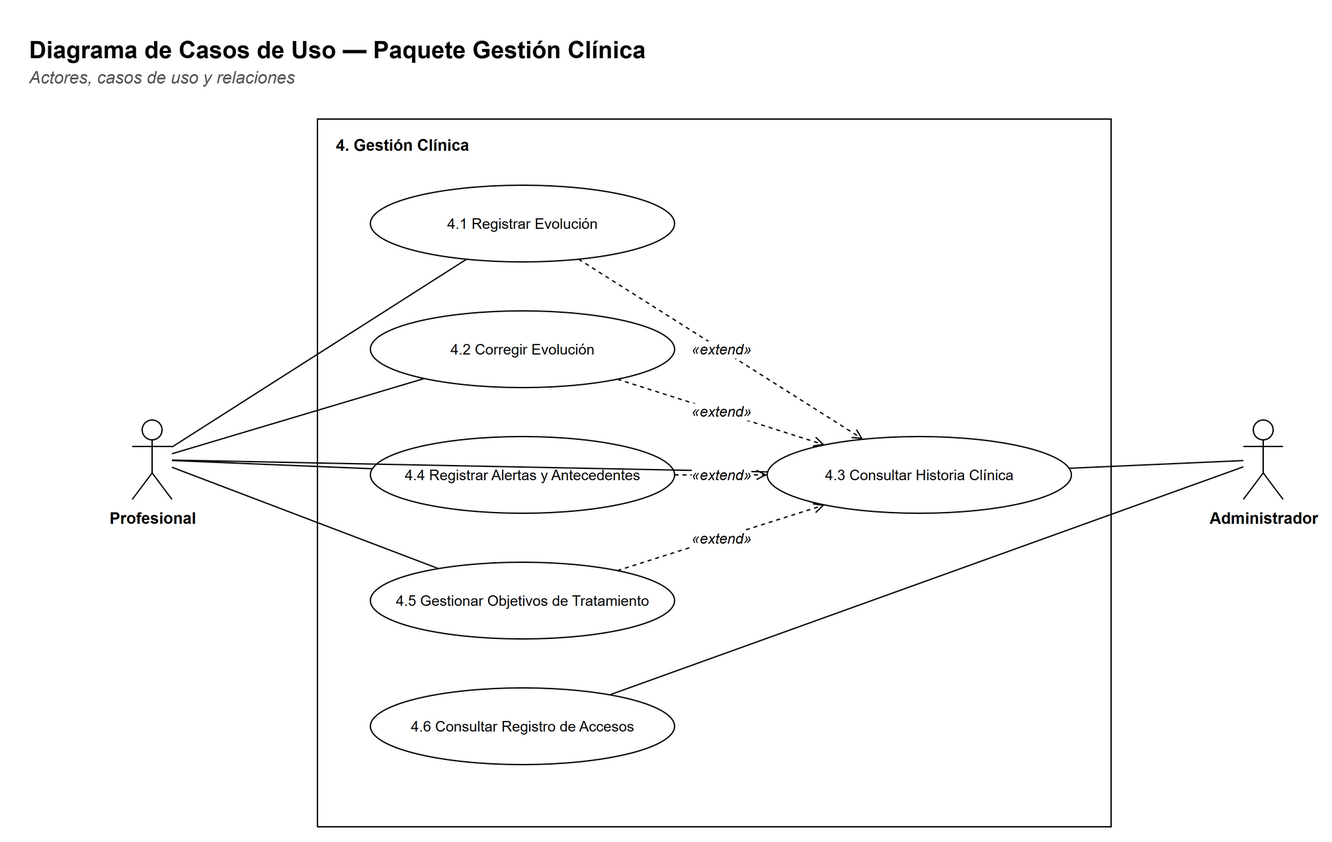
The draw.io diagram docs/diagramas/paquete-clinica-casos.png in Matiglorioso/kineturnos, before a commit. Source tidied: cells renumbered, new cells last; positions are measured from the earlier drawing's top-left corner, leaving out a move shared by most shapes. Its diagram source:
```xml
<mxGraphModel background="#FFFFFF">
  <root>
    <mxCell id="0" />
    <mxCell id="1" parent="0" />
    <mxCell id="2" value="&lt;b&gt;Diagrama de Casos de Uso — Paquete Gestión Clínica&lt;/b&gt;" style="text;html=1;strokeColor=none;fillColor=none;align=left;verticalAlign=top;whiteSpace=wrap;fontFamily=Helvetica;fontSize=18;" parent="1" vertex="1">
      <mxGeometry width="900" height="26" as="geometry" />
    </mxCell>
    <mxCell id="3" value="&lt;i&gt;Actores, casos de uso y relaciones&lt;/i&gt;" style="text;html=1;strokeColor=none;fillColor=none;align=left;verticalAlign=top;whiteSpace=wrap;fontFamily=Helvetica;fontSize=13;fontColor=#555555;" parent="1" vertex="1">
      <mxGeometry y="24" width="900" height="20" as="geometry" />
    </mxCell>
    <mxCell id="4" style="rounded=0;whiteSpace=wrap;html=1;fillColor=#FFFFFF;strokeColor=#000000;fontFamily=Helvetica;fontSize=12;verticalAlign=top;" parent="1" vertex="1">
      <mxGeometry x="220" y="70" width="600" height="535" as="geometry" />
    </mxCell>
    <mxCell id="5" value="&lt;b&gt;4. Gestión Clínica&lt;/b&gt;" style="text;html=1;strokeColor=none;fillColor=none;align=left;verticalAlign=top;whiteSpace=wrap;fontFamily=Helvetica;fontSize=12;" parent="1" vertex="1">
      <mxGeometry x="232" y="76" width="580" height="20" as="geometry" />
    </mxCell>
    <mxCell id="6" value="4.1 Registrar Evolución" style="ellipse;whiteSpace=wrap;html=1;fillColor=#FFFFFF;strokeColor=#000000;fontFamily=Helvetica;fontSize=11;" parent="1" vertex="1">
      <mxGeometry x="260" y="120" width="230" height="58" as="geometry" />
    </mxCell>
    <mxCell id="7" value="4.2 Corregir Evolución" style="ellipse;whiteSpace=wrap;html=1;fillColor=#FFFFFF;strokeColor=#000000;fontFamily=Helvetica;fontSize=11;" parent="1" vertex="1">
      <mxGeometry x="260" y="215" width="230" height="58" as="geometry" />
    </mxCell>
    <mxCell id="8" value="4.4 Registrar Alertas y Antecedentes" style="ellipse;whiteSpace=wrap;html=1;fillColor=#FFFFFF;strokeColor=#000000;fontFamily=Helvetica;fontSize=11;" parent="1" vertex="1">
      <mxGeometry x="260" y="310" width="230" height="58" as="geometry" />
    </mxCell>
    <mxCell id="9" value="4.5 Gestionar Objetivos de Tratamiento" style="ellipse;whiteSpace=wrap;html=1;fillColor=#FFFFFF;strokeColor=#000000;fontFamily=Helvetica;fontSize=11;" parent="1" vertex="1">
      <mxGeometry x="260" y="405" width="230" height="58" as="geometry" />
    </mxCell>
    <mxCell id="10" value="4.6 Consultar Registro de Accesos" style="ellipse;whiteSpace=wrap;html=1;fillColor=#FFFFFF;strokeColor=#000000;fontFamily=Helvetica;fontSize=11;" parent="1" vertex="1">
      <mxGeometry x="260" y="500" width="230" height="58" as="geometry" />
    </mxCell>
    <mxCell id="11" value="4.3 Consultar Historia Clínica" style="ellipse;whiteSpace=wrap;html=1;fillColor=#FFFFFF;strokeColor=#000000;fontFamily=Helvetica;fontSize=11;" parent="1" vertex="1">
      <mxGeometry x="560" y="310" width="230" height="58" as="geometry" />
    </mxCell>
    <mxCell id="12" value="Profesional" style="shape=umlActor;verticalLabelPosition=bottom;verticalAlign=top;html=1;outlineConnect=0;fillColor=#FFFFFF;strokeColor=#000000;fontFamily=Helvetica;fontSize=12;fontStyle=1;" parent="1" vertex="1">
      <mxGeometry x="80" y="297.5" width="30" height="60" as="geometry" />
    </mxCell>
    <mxCell id="13" value="Administrador" style="shape=umlActor;verticalLabelPosition=bottom;verticalAlign=top;html=1;outlineConnect=0;fillColor=#FFFFFF;strokeColor=#000000;fontFamily=Helvetica;fontSize=12;fontStyle=1;" parent="1" vertex="1">
      <mxGeometry x="920" y="297.5" width="30" height="60" as="geometry" />
    </mxCell>
    <mxCell id="14" style="edgeStyle=none;html=1;endArrow=none;endFill=0;strokeColor=#000000;fontFamily=Helvetica;fontSize=11;labelBackgroundColor=#FFFFFF;" parent="1" edge="1" source="12" target="6">
      <mxGeometry relative="1" as="geometry" />
    </mxCell>
    <mxCell id="15" style="edgeStyle=none;html=1;endArrow=none;endFill=0;strokeColor=#000000;fontFamily=Helvetica;fontSize=11;labelBackgroundColor=#FFFFFF;" parent="1" edge="1" source="12" target="7">
      <mxGeometry relative="1" as="geometry" />
    </mxCell>
    <mxCell id="16" style="edgeStyle=none;html=1;endArrow=none;endFill=0;strokeColor=#000000;fontFamily=Helvetica;fontSize=11;labelBackgroundColor=#FFFFFF;" parent="1" edge="1" source="12" target="11">
      <mxGeometry relative="1" as="geometry" />
    </mxCell>
    <mxCell id="17" style="edgeStyle=none;html=1;endArrow=none;endFill=0;strokeColor=#000000;fontFamily=Helvetica;fontSize=11;labelBackgroundColor=#FFFFFF;" parent="1" edge="1" source="13" target="11">
      <mxGeometry relative="1" as="geometry" />
    </mxCell>
    <mxCell id="18" style="edgeStyle=none;html=1;endArrow=none;endFill=0;strokeColor=#000000;fontFamily=Helvetica;fontSize=11;labelBackgroundColor=#FFFFFF;" parent="1" edge="1" source="12" target="8">
      <mxGeometry relative="1" as="geometry" />
    </mxCell>
    <mxCell id="19" style="edgeStyle=none;html=1;endArrow=none;endFill=0;strokeColor=#000000;fontFamily=Helvetica;fontSize=11;labelBackgroundColor=#FFFFFF;" parent="1" edge="1" source="12" target="9">
      <mxGeometry relative="1" as="geometry" />
    </mxCell>
    <mxCell id="20" style="edgeStyle=none;html=1;endArrow=none;endFill=0;strokeColor=#000000;fontFamily=Helvetica;fontSize=11;labelBackgroundColor=#FFFFFF;" parent="1" edge="1" source="13" target="10">
      <mxGeometry relative="1" as="geometry" />
    </mxCell>
    <mxCell id="21" value="«extend»" style="edgeStyle=none;html=1;endArrow=open;endFill=0;strokeColor=#000000;fontFamily=Helvetica;fontSize=11;labelBackgroundColor=#FFFFFF;dashed=1;fontStyle=2;" parent="1" edge="1" source="6" target="11">
      <mxGeometry relative="1" as="geometry" />
    </mxCell>
    <mxCell id="22" value="«extend»" style="edgeStyle=none;html=1;endArrow=open;endFill=0;strokeColor=#000000;fontFamily=Helvetica;fontSize=11;labelBackgroundColor=#FFFFFF;dashed=1;fontStyle=2;" parent="1" edge="1" source="7" target="11">
      <mxGeometry relative="1" as="geometry" />
    </mxCell>
    <mxCell id="23" value="«extend»" style="edgeStyle=none;html=1;endArrow=open;endFill=0;strokeColor=#000000;fontFamily=Helvetica;fontSize=11;labelBackgroundColor=#FFFFFF;dashed=1;fontStyle=2;" parent="1" edge="1" source="8" target="11">
      <mxGeometry relative="1" as="geometry" />
    </mxCell>
    <mxCell id="24" value="«extend»" style="edgeStyle=none;html=1;endArrow=open;endFill=0;strokeColor=#000000;fontFamily=Helvetica;fontSize=11;labelBackgroundColor=#FFFFFF;dashed=1;fontStyle=2;" parent="1" edge="1" source="9" target="11">
      <mxGeometry relative="1" as="geometry" />
    </mxCell>
  </root>
</mxGraphModel>
```
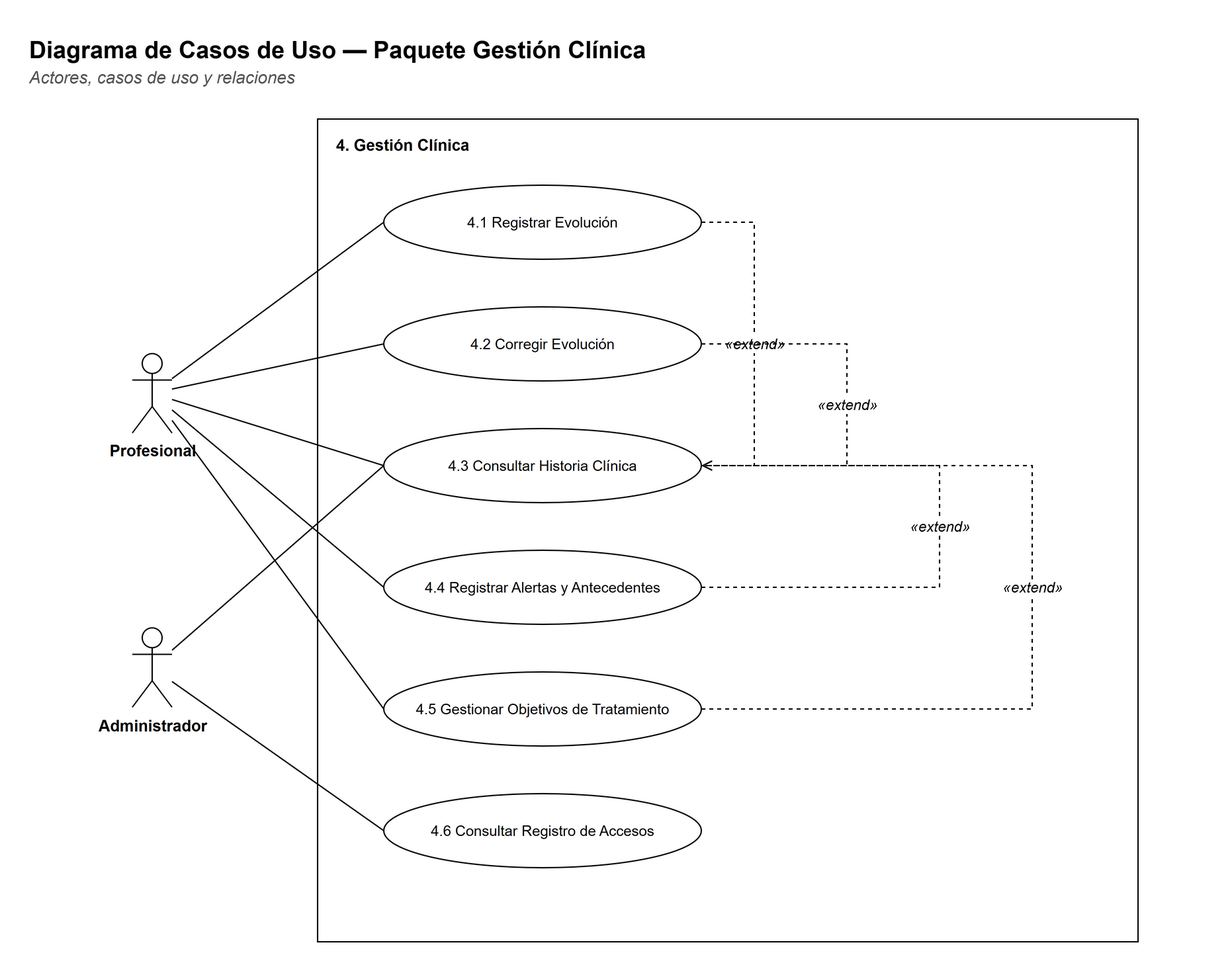
After the commit.

Diff of the diagram source:
```diff
@@ -9,67 +9,87 @@
       <mxGeometry y="24" width="900" height="20" as="geometry" />
     </mxCell>
     <mxCell id="4" style="rounded=0;whiteSpace=wrap;html=1;fillColor=#FFFFFF;strokeColor=#000000;fontFamily=Helvetica;fontSize=12;verticalAlign=top;" parent="1" vertex="1">
-      <mxGeometry x="220" y="70" width="600" height="535" as="geometry" />
+      <mxGeometry x="220" y="70" width="620" height="622" as="geometry" />
     </mxCell>
     <mxCell id="5" value="&lt;b&gt;4. Gestión Clínica&lt;/b&gt;" style="text;html=1;strokeColor=none;fillColor=none;align=left;verticalAlign=top;whiteSpace=wrap;fontFamily=Helvetica;fontSize=12;" parent="1" vertex="1">
-      <mxGeometry x="232" y="76" width="580" height="20" as="geometry" />
+      <mxGeometry x="232" y="76" width="600" height="20" as="geometry" />
     </mxCell>
     <mxCell id="6" value="4.1 Registrar Evolución" style="ellipse;whiteSpace=wrap;html=1;fillColor=#FFFFFF;strokeColor=#000000;fontFamily=Helvetica;fontSize=11;" parent="1" vertex="1">
-      <mxGeometry x="260" y="120" width="230" height="58" as="geometry" />
+      <mxGeometry x="270" y="120" width="240" height="56" as="geometry" />
     </mxCell>
     <mxCell id="7" value="4.2 Corregir Evolución" style="ellipse;whiteSpace=wrap;html=1;fillColor=#FFFFFF;strokeColor=#000000;fontFamily=Helvetica;fontSize=11;" parent="1" vertex="1">
-      <mxGeometry x="260" y="215" width="230" height="58" as="geometry" />
+      <mxGeometry x="270" y="212" width="240" height="56" as="geometry" />
     </mxCell>
-    <mxCell id="8" value="4.4 Registrar Alertas y Antecedentes" style="ellipse;whiteSpace=wrap;html=1;fillColor=#FFFFFF;strokeColor=#000000;fontFamily=Helvetica;fontSize=11;" parent="1" vertex="1">
-      <mxGeometry x="260" y="310" width="230" height="58" as="geometry" />
+    <mxCell id="8" value="4.3 Consultar Historia Clínica" style="ellipse;whiteSpace=wrap;html=1;fillColor=#FFFFFF;strokeColor=#000000;fontFamily=Helvetica;fontSize=11;" parent="1" vertex="1">
+      <mxGeometry x="270" y="304" width="240" height="56" as="geometry" />
     </mxCell>
-    <mxCell id="9" value="4.5 Gestionar Objetivos de Tratamiento" style="ellipse;whiteSpace=wrap;html=1;fillColor=#FFFFFF;strokeColor=#000000;fontFamily=Helvetica;fontSize=11;" parent="1" vertex="1">
-      <mxGeometry x="260" y="405" width="230" height="58" as="geometry" />
+    <mxCell id="9" value="4.4 Registrar Alertas y Antecedentes" style="ellipse;whiteSpace=wrap;html=1;fillColor=#FFFFFF;strokeColor=#000000;fontFamily=Helvetica;fontSize=11;" parent="1" vertex="1">
+      <mxGeometry x="270" y="396" width="240" height="56" as="geometry" />
     </mxCell>
-    <mxCell id="10" value="4.6 Consultar Registro de Accesos" style="ellipse;whiteSpace=wrap;html=1;fillColor=#FFFFFF;strokeColor=#000000;fontFamily=Helvetica;fontSize=11;" parent="1" vertex="1">
-      <mxGeometry x="260" y="500" width="230" height="58" as="geometry" />
+    <mxCell id="10" value="4.5 Gestionar Objetivos de Tratamiento" style="ellipse;whiteSpace=wrap;html=1;fillColor=#FFFFFF;strokeColor=#000000;fontFamily=Helvetica;fontSize=11;" parent="1" vertex="1">
+      <mxGeometry x="270" y="488" width="240" height="56" as="geometry" />
     </mxCell>
-    <mxCell id="11" value="4.3 Consultar Historia Clínica" style="ellipse;whiteSpace=wrap;html=1;fillColor=#FFFFFF;strokeColor=#000000;fontFamily=Helvetica;fontSize=11;" parent="1" vertex="1">
-      <mxGeometry x="560" y="310" width="230" height="58" as="geometry" />
+    <mxCell id="11" value="4.6 Consultar Registro de Accesos" style="ellipse;whiteSpace=wrap;html=1;fillColor=#FFFFFF;strokeColor=#000000;fontFamily=Helvetica;fontSize=11;" parent="1" vertex="1">
+      <mxGeometry x="270" y="580" width="240" height="56" as="geometry" />
     </mxCell>
     <mxCell id="12" value="Profesional" style="shape=umlActor;verticalLabelPosition=bottom;verticalAlign=top;html=1;outlineConnect=0;fillColor=#FFFFFF;strokeColor=#000000;fontFamily=Helvetica;fontSize=12;fontStyle=1;" parent="1" vertex="1">
-      <mxGeometry x="80" y="297.5" width="30" height="60" as="geometry" />
+      <mxGeometry x="80" y="247.3" width="30" height="60" as="geometry" />
     </mxCell>
     <mxCell id="13" value="Administrador" style="shape=umlActor;verticalLabelPosition=bottom;verticalAlign=top;html=1;outlineConnect=0;fillColor=#FFFFFF;strokeColor=#000000;fontFamily=Helvetica;fontSize=12;fontStyle=1;" parent="1" vertex="1">
-      <mxGeometry x="920" y="297.5" width="30" height="60" as="geometry" />
+      <mxGeometry x="80" y="454.7" width="30" height="60" as="geometry" />
     </mxCell>
-    <mxCell id="14" style="edgeStyle=none;html=1;endArrow=none;endFill=0;strokeColor=#000000;fontFamily=Helvetica;fontSize=11;labelBackgroundColor=#FFFFFF;" parent="1" edge="1" source="12" target="6">
+    <mxCell id="14" style="edgeStyle=none;html=1;endArrow=none;endFill=0;strokeColor=#000000;fontFamily=Helvetica;fontSize=11;labelBackgroundColor=#FFFFFF;entryX=0;entryY=0.5;entryDx=0;entryDy=0;" parent="1" edge="1" source="12" target="6">
       <mxGeometry relative="1" as="geometry" />
     </mxCell>
-    <mxCell id="15" style="edgeStyle=none;html=1;endArrow=none;endFill=0;strokeColor=#000000;fontFamily=Helvetica;fontSize=11;labelBackgroundColor=#FFFFFF;" parent="1" edge="1" source="12" target="7">
+    <mxCell id="15" style="edgeStyle=none;html=1;endArrow=none;endFill=0;strokeColor=#000000;fontFamily=Helvetica;fontSize=11;labelBackgroundColor=#FFFFFF;entryX=0;entryY=0.5;entryDx=0;entryDy=0;" parent="1" edge="1" source="12" target="7">
       <mxGeometry relative="1" as="geometry" />
     </mxCell>
-    <mxCell id="16" style="edgeStyle=none;html=1;endArrow=none;endFill=0;strokeColor=#000000;fontFamily=Helvetica;fontSize=11;labelBackgroundColor=#FFFFFF;" parent="1" edge="1" source="12" target="11">
+    <mxCell id="16" style="edgeStyle=none;html=1;endArrow=none;endFill=0;strokeColor=#000000;fontFamily=Helvetica;fontSize=11;labelBackgroundColor=#FFFFFF;entryX=0;entryY=0.5;entryDx=0;entryDy=0;" parent="1" edge="1" source="12" target="8">
       <mxGeometry relative="1" as="geometry" />
     </mxCell>
-    <mxCell id="17" style="edgeStyle=none;html=1;endArrow=none;endFill=0;strokeColor=#000000;fontFamily=Helvetica;fontSize=11;labelBackgroundColor=#FFFFFF;" parent="1" edge="1" source="13" target="11">
+    <mxCell id="17" style="edgeStyle=none;html=1;endArrow=none;endFill=0;strokeColor=#000000;fontFamily=Helvetica;fontSize=11;labelBackgroundColor=#FFFFFF;entryX=0;entryY=0.5;entryDx=0;entryDy=0;" parent="1" edge="1" source="13" target="8">
       <mxGeometry relative="1" as="geometry" />
     </mxCell>
-    <mxCell id="18" style="edgeStyle=none;html=1;endArrow=none;endFill=0;strokeColor=#000000;fontFamily=Helvetica;fontSize=11;labelBackgroundColor=#FFFFFF;" parent="1" edge="1" source="12" target="8">
+    <mxCell id="18" style="edgeStyle=none;html=1;endArrow=none;endFill=0;strokeColor=#000000;fontFamily=Helvetica;fontSize=11;labelBackgroundColor=#FFFFFF;entryX=0;entryY=0.5;entryDx=0;entryDy=0;" parent="1" edge="1" source="12" target="9">
       <mxGeometry relative="1" as="geometry" />
     </mxCell>
-    <mxCell id="19" style="edgeStyle=none;html=1;endArrow=none;endFill=0;strokeColor=#000000;fontFamily=Helvetica;fontSize=11;labelBackgroundColor=#FFFFFF;" parent="1" edge="1" source="12" target="9">
+    <mxCell id="19" style="edgeStyle=none;html=1;endArrow=none;endFill=0;strokeColor=#000000;fontFamily=Helvetica;fontSize=11;labelBackgroundColor=#FFFFFF;entryX=0;entryY=0.5;entryDx=0;entryDy=0;" parent="1" edge="1" source="12" target="10">
       <mxGeometry relative="1" as="geometry" />
     </mxCell>
-    <mxCell id="20" style="edgeStyle=none;html=1;endArrow=none;endFill=0;strokeColor=#000000;fontFamily=Helvetica;fontSize=11;labelBackgroundColor=#FFFFFF;" parent="1" edge="1" source="13" target="10">
+    <mxCell id="20" style="edgeStyle=none;html=1;endArrow=none;endFill=0;strokeColor=#000000;fontFamily=Helvetica;fontSize=11;labelBackgroundColor=#FFFFFF;entryX=0;entryY=0.5;entryDx=0;entryDy=0;" parent="1" edge="1" source="13" target="11">
       <mxGeometry relative="1" as="geometry" />
     </mxCell>
-    <mxCell id="21" value="«extend»" style="edgeStyle=none;html=1;endArrow=open;endFill=0;strokeColor=#000000;fontFamily=Helvetica;fontSize=11;labelBackgroundColor=#FFFFFF;dashed=1;fontStyle=2;" parent="1" edge="1" source="6" target="11">
-      <mxGeometry relative="1" as="geometry" />
+    <mxCell id="21" value="«extend»" style="edgeStyle=orthogonalEdgeStyle;rounded=0;html=1;endArrow=open;startArrow=none;endFill=0;startFill=0;strokeColor=#000000;fontFamily=Helvetica;fontSize=11;fontStyle=2;labelBackgroundColor=#FFFFFF;dashed=1;exitX=1;exitY=0.5;exitDx=0;exitDy=0;entryX=1;entryY=0.5;entryDx=0;entryDy=0;" parent="1" edge="1" source="6" target="8">
+      <mxGeometry relative="1" as="geometry">
+        <Array as="points">
+          <mxPoint x="550" y="148" />
+          <mxPoint x="550" y="332" />
+        </Array>
+      </mxGeometry>
     </mxCell>
-    <mxCell id="22" value="«extend»" style="edgeStyle=none;html=1;endArrow=open;endFill=0;strokeColor=#000000;fontFamily=Helvetica;fontSize=11;labelBackgroundColor=#FFFFFF;dashed=1;fontStyle=2;" parent="1" edge="1" source="7" target="11">
-      <mxGeometry relative="1" as="geometry" />
+    <mxCell id="22" value="«extend»" style="edgeStyle=orthogonalEdgeStyle;rounded=0;html=1;endArrow=open;startArrow=none;endFill=0;startFill=0;strokeColor=#000000;fontFamily=Helvetica;fontSize=11;fontStyle=2;labelBackgroundColor=#FFFFFF;dashed=1;exitX=1;exitY=0.5;exitDx=0;exitDy=0;entryX=1;entryY=0.5;entryDx=0;entryDy=0;" parent="1" edge="1" source="7" target="8">
+      <mxGeometry relative="1" as="geometry">
+        <Array as="points">
+          <mxPoint x="620" y="240" />
+          <mxPoint x="620" y="332" />
+        </Array>
+      </mxGeometry>
     </mxCell>
-    <mxCell id="23" value="«extend»" style="edgeStyle=none;html=1;endArrow=open;endFill=0;strokeColor=#000000;fontFamily=Helvetica;fontSize=11;labelBackgroundColor=#FFFFFF;dashed=1;fontStyle=2;" parent="1" edge="1" source="8" target="11">
-      <mxGeometry relative="1" as="geometry" />
+    <mxCell id="23" value="«extend»" style="edgeStyle=orthogonalEdgeStyle;rounded=0;html=1;endArrow=open;startArrow=none;endFill=0;startFill=0;strokeColor=#000000;fontFamily=Helvetica;fontSize=11;fontStyle=2;labelBackgroundColor=#FFFFFF;dashed=1;exitX=1;exitY=0.5;exitDx=0;exitDy=0;entryX=1;entryY=0.5;entryDx=0;entryDy=0;" parent="1" edge="1" source="9" target="8">
+      <mxGeometry relative="1" as="geometry">
+        <Array as="points">
+          <mxPoint x="690" y="424" />
+          <mxPoint x="690" y="332" />
+        </Array>
+      </mxGeometry>
     </mxCell>
-    <mxCell id="24" value="«extend»" style="edgeStyle=none;html=1;endArrow=open;endFill=0;strokeColor=#000000;fontFamily=Helvetica;fontSize=11;labelBackgroundColor=#FFFFFF;dashed=1;fontStyle=2;" parent="1" edge="1" source="9" target="11">
-      <mxGeometry relative="1" as="geometry" />
+    <mxCell id="24" value="«extend»" style="edgeStyle=orthogonalEdgeStyle;rounded=0;html=1;endArrow=open;startArrow=none;endFill=0;startFill=0;strokeColor=#000000;fontFamily=Helvetica;fontSize=11;fontStyle=2;labelBackgroundColor=#FFFFFF;dashed=1;exitX=1;exitY=0.5;exitDx=0;exitDy=0;entryX=1;entryY=0.5;entryDx=0;entryDy=0;" parent="1" edge="1" source="10" target="8">
+      <mxGeometry relative="1" as="geometry">
+        <Array as="points">
+          <mxPoint x="760" y="516" />
+          <mxPoint x="760" y="332" />
+        </Array>
+      </mxGeometry>
     </mxCell>
   </root>
 </mxGraphModel>
```
